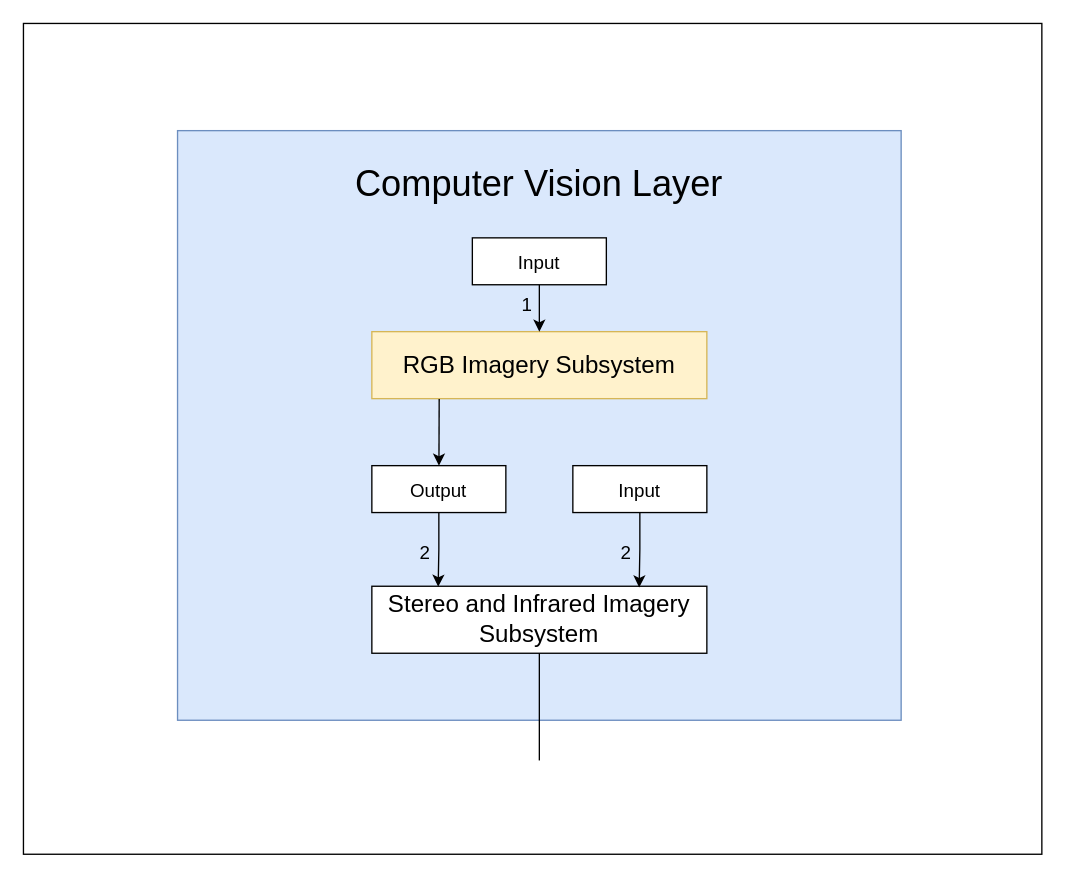
Earlier version of the draw.io diagram DRAWIO Files/Sahaj/CV Layer.drawio (TuringBoard/ADS). Source tidied: cells renumbered, new cells numbered last; positions are measured from the earlier drawing's top-left corner, leaving out a move shared by most shapes. Both pictures are drawn from the tidied source at 134%, with x=0, y=0 at pixel (23, 23).
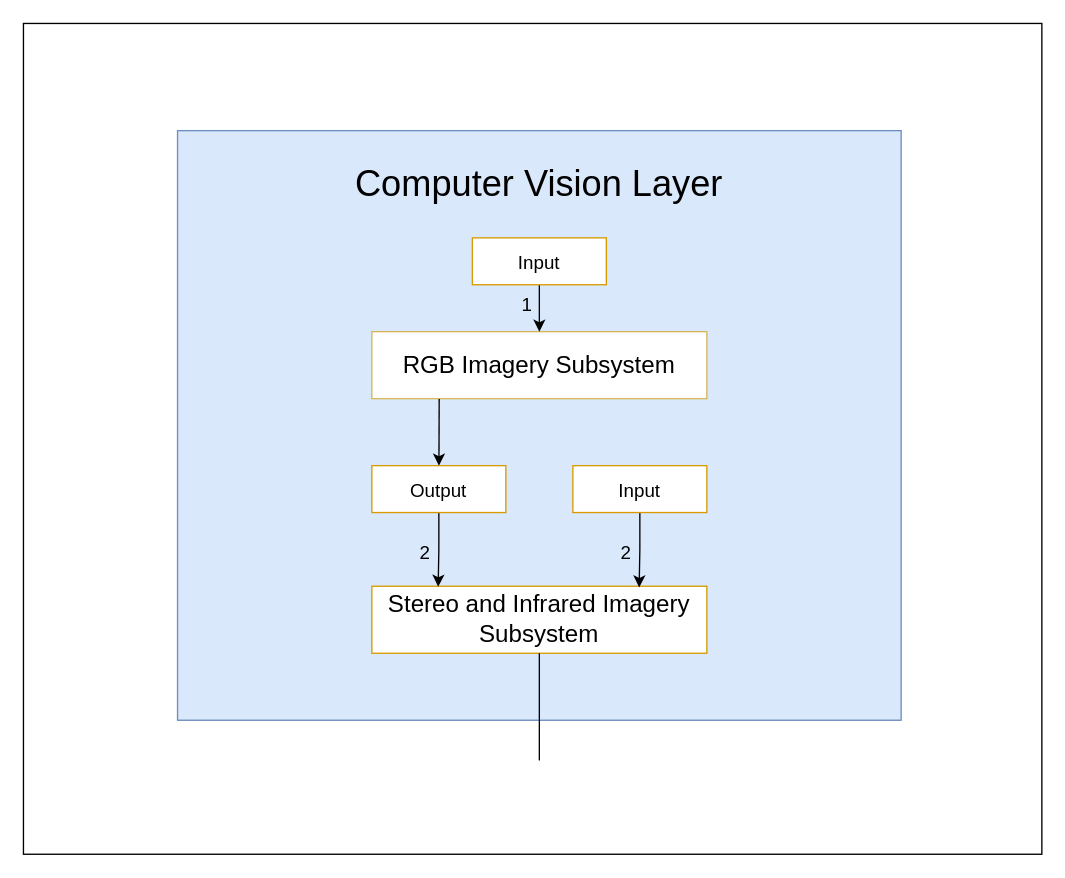
After the change.

Diff of the diagram source:
```diff
@@
 <mxGraphModel>
   <root>
     <mxCell id="0" />
     <mxCell id="1" parent="0" />
     <mxCell id="2" style="rounded=0;whiteSpace=wrap;html=1;fontSize=14;" parent="1" vertex="1">
       <mxGeometry width="760" height="620" as="geometry" />
     </mxCell>
     <mxCell id="3" style="rounded=0;whiteSpace=wrap;html=1;fillColor=#dae8fc;strokeColor=#6c8ebf;" parent="1" vertex="1">
       <mxGeometry x="115" y="80" width="540" height="440" as="geometry" />
     </mxCell>
     <mxCell id="4" value="Computer Vision Layer" style="text;html=1;strokeColor=none;fillColor=none;align=center;verticalAlign=middle;whiteSpace=wrap;rounded=0;fontSize=27;" parent="1" vertex="1">
       <mxGeometry x="235" y="90" width="300" height="60" as="geometry" />
     </mxCell>
-    <mxCell id="5" value="RGB Imagery Subsystem" style="rounded=0;whiteSpace=wrap;html=1;fontSize=18;fillColor=#fff2cc;strokeColor=#d6b656;" parent="1" vertex="1">
+    <mxCell id="5" value="RGB Imagery Subsystem" style="rounded=0;whiteSpace=wrap;html=1;fontSize=18;fillColor=#FFFFFF;strokeColor=#d6b656;" parent="1" vertex="1">
       <mxGeometry x="260" y="230" width="250" height="50" as="geometry" />
     </mxCell>
-    <mxCell id="6" value="Stereo and Infrared Imagery Subsystem" style="rounded=0;whiteSpace=wrap;html=1;fontSize=18;" parent="1" vertex="1">
+    <mxCell id="6" value="Stereo and Infrared Imagery Subsystem" style="rounded=0;whiteSpace=wrap;html=1;fontSize=18;fillColor=#FFFFFF;strokeColor=#d79b00;" parent="1" vertex="1">
       <mxGeometry x="260" y="420" width="250" height="50" as="geometry" />
     </mxCell>
     <mxCell id="7" style="edgeStyle=orthogonalEdgeStyle;rounded=0;jettySize=auto;html=1;entryX=0.198;entryY=0.006;entryDx=0;entryDy=0;entryPerimeter=0;fontSize=14;" parent="1" edge="1" source="8" target="6">
       <mxGeometry relative="1" as="geometry" />
     </mxCell>
-    <mxCell id="8" value="&lt;font style=&quot;font-size: 14px&quot;&gt;Output&lt;/font&gt;" style="rounded=0;whiteSpace=wrap;html=1;fontSize=18;" parent="1" vertex="1">
+    <mxCell id="8" value="&lt;font style=&quot;font-size: 14px&quot;&gt;Output&lt;/font&gt;" style="rounded=0;whiteSpace=wrap;html=1;fontSize=18;fillColor=#FFFFFF;strokeColor=#d79b00;" parent="1" vertex="1">
       <mxGeometry x="260" y="330" width="100" height="35" as="geometry" />
     </mxCell>
     <mxCell id="9" style="edgeStyle=orthogonalEdgeStyle;rounded=0;jettySize=auto;html=1;exitX=0.5;exitY=1;exitDx=0;exitDy=0;entryX=0.5;entryY=0;entryDx=0;entryDy=0;fontSize=14;" parent="1" edge="1" source="10" target="5">
       <mxGeometry relative="1" as="geometry" />
     </mxCell>
-    <mxCell id="10" value="&lt;span style=&quot;font-size: 14px&quot;&gt;Input&lt;br&gt;&lt;/span&gt;" style="rounded=0;whiteSpace=wrap;html=1;fontSize=18;" parent="1" vertex="1">
+    <mxCell id="10" value="&lt;span style=&quot;font-size: 14px&quot;&gt;Input&lt;br&gt;&lt;/span&gt;" style="rounded=0;whiteSpace=wrap;html=1;fontSize=18;fillColor=#FFFFFF;strokeColor=#d79b00;" parent="1" vertex="1">
       <mxGeometry x="335" y="160" width="100" height="35" as="geometry" />
     </mxCell>
     <mxCell id="11" style="edgeStyle=orthogonalEdgeStyle;rounded=0;jettySize=auto;html=1;entryX=0.798;entryY=0.017;entryDx=0;entryDy=0;entryPerimeter=0;fontSize=14;" parent="1" edge="1" source="12" target="6">
       <mxGeometry relative="1" as="geometry" />
     </mxCell>
-    <mxCell id="12" value="&lt;span style=&quot;font-size: 14px&quot;&gt;Input&lt;br&gt;&lt;/span&gt;" style="rounded=0;whiteSpace=wrap;html=1;fontSize=18;" parent="1" vertex="1">
+    <mxCell id="12" value="&lt;span style=&quot;font-size: 14px&quot;&gt;Input&lt;br&gt;&lt;/span&gt;" style="rounded=0;whiteSpace=wrap;html=1;fontSize=18;fillColor=#FFFFFF;strokeColor=#d79b00;" parent="1" vertex="1">
       <mxGeometry x="410" y="330" width="100" height="35" as="geometry" />
     </mxCell>
     <mxCell id="13" style="endArrow=classic;html=1;rounded=0;fontSize=14;exitX=0.201;exitY=1.006;exitDx=0;exitDy=0;exitPerimeter=0;" parent="1" edge="1" source="5" target="8">
       <mxGeometry relative="1" as="geometry" />
     </mxCell>
     <mxCell id="14" value="2" style="text;html=1;strokeColor=none;fillColor=none;align=center;verticalAlign=middle;whiteSpace=wrap;rounded=0;fontSize=14;" parent="1" vertex="1">
       <mxGeometry x="420" y="380" width="60" height="30" as="geometry" />
     </mxCell>
     <mxCell id="15" value="1" style="text;html=1;strokeColor=none;fillColor=none;align=center;verticalAlign=middle;whiteSpace=wrap;rounded=0;fontSize=14;" parent="1" vertex="1">
       <mxGeometry x="346" y="195" width="60" height="30" as="geometry" />
     </mxCell>
     <mxCell id="16" style="endArrow=none;html=1;rounded=0;fontSize=14;entryX=0.5;entryY=1;entryDx=0;entryDy=0;" parent="1" edge="1" target="6">
       <mxGeometry relative="1" as="geometry">
         <mxPoint x="385" y="550" as="sourcePoint" />
       </mxGeometry>
     </mxCell>
     <mxCell id="17" value="2" style="text;html=1;strokeColor=none;fillColor=none;align=center;verticalAlign=middle;whiteSpace=wrap;rounded=0;fontSize=14;" parent="1" vertex="1">
       <mxGeometry x="270" y="380" width="60" height="30" as="geometry" />
     </mxCell>
   </root>
 </mxGraphModel>
```
